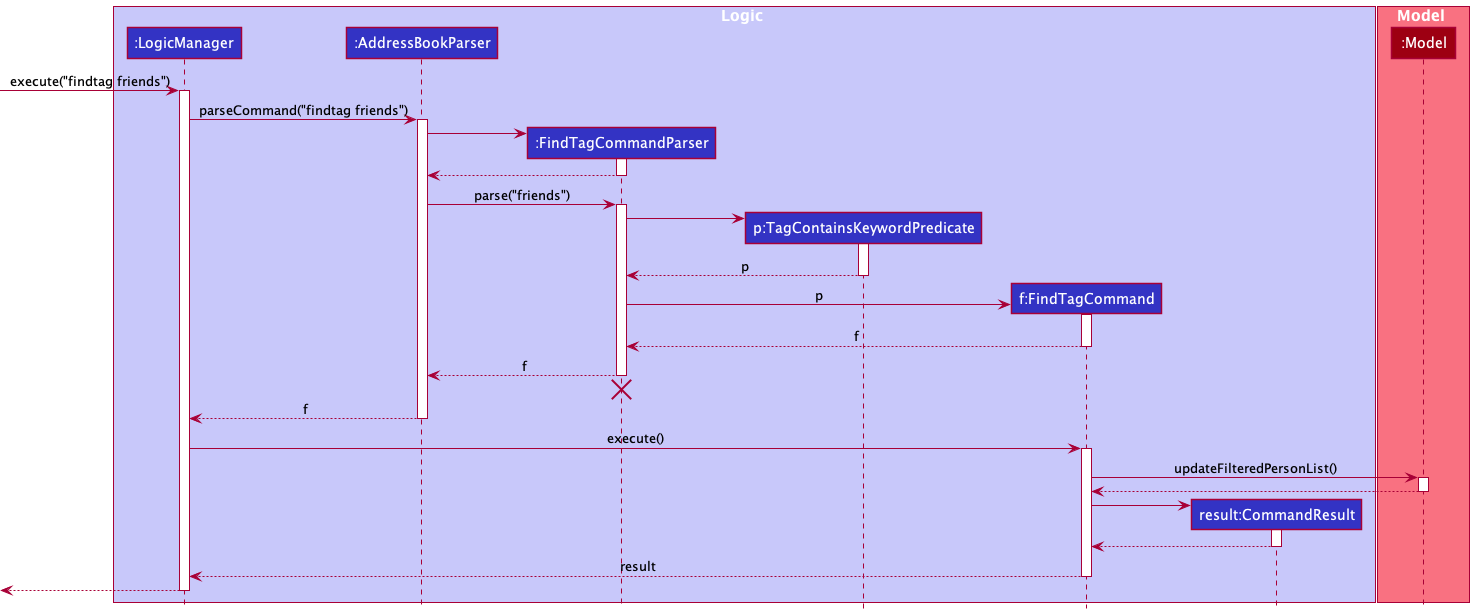
This is docs/images/FindTagSequenceDiagram.png from weijuey/tp, a PlantUML export, as it was before one commit.
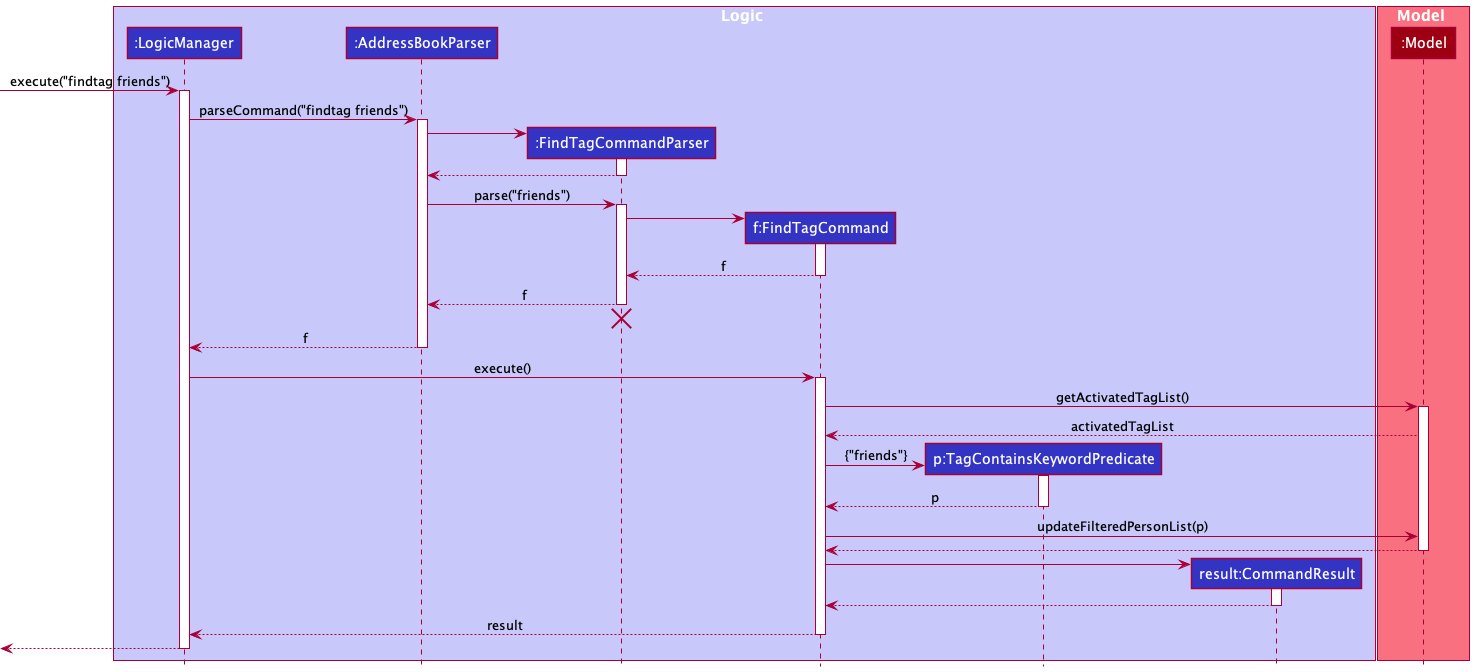
After the commit.

The edit, as a diff of the source:
```diff
@@ -5,8 +5,8 @@
 participant ":LogicManager" as LogicManager LOGIC_COLOR
 participant ":AddressBookParser" as AddressBookParser LOGIC_COLOR
 participant ":FindTagCommandParser" as FindTagCommandParser LOGIC_COLOR
+participant "f:FindTagCommand" as FindTagCommand LOGIC_COLOR
 participant "p:TagContainsKeywordPredicate" as TagContainsKeywordPredicate LOGIC_COLOR
-participant "f:FindTagCommand" as FindTagCommand LOGIC_COLOR
 participant "result:CommandResult" as CommandResult LOGIC_COLOR
 
 end box
@@ -31,15 +31,8 @@
 AddressBookParser -> FindTagCommandParser : parse("friends")
 activate FindTagCommandParser
 
-create TagContainsKeywordPredicate
-FindTagCommandParser -> TagContainsKeywordPredicate
-activate TagContainsKeywordPredicate
-
-TagContainsKeywordPredicate --> FindTagCommandParser : p
-deactivate TagContainsKeywordPredicate
-
 create FindTagCommand
-FindTagCommandParser -> FindTagCommand : p
+FindTagCommandParser -> FindTagCommand
 activate FindTagCommand
 
 FindTagCommand --> FindTagCommandParser : f
@@ -56,8 +49,20 @@
 LogicManager -> FindTagCommand : execute()
 activate FindTagCommand
 
-FindTagCommand -> Model : updateFilteredPersonList()
+FindTagCommand -> Model : getActivatedTagList()
 activate Model
+
+Model --> FindTagCommand : activatedTagList
+
+create TagContainsKeywordPredicate
+FindTagCommand -> TagContainsKeywordPredicate : {"friends"}
+
+activate TagContainsKeywordPredicate
+TagContainsKeywordPredicate --> FindTagCommand : p
+deactivate TagContainsKeywordPredicate
+
+
+FindTagCommand -> Model : updateFilteredPersonList(p)
 
 Model --> FindTagCommand
 deactivate Model
```
